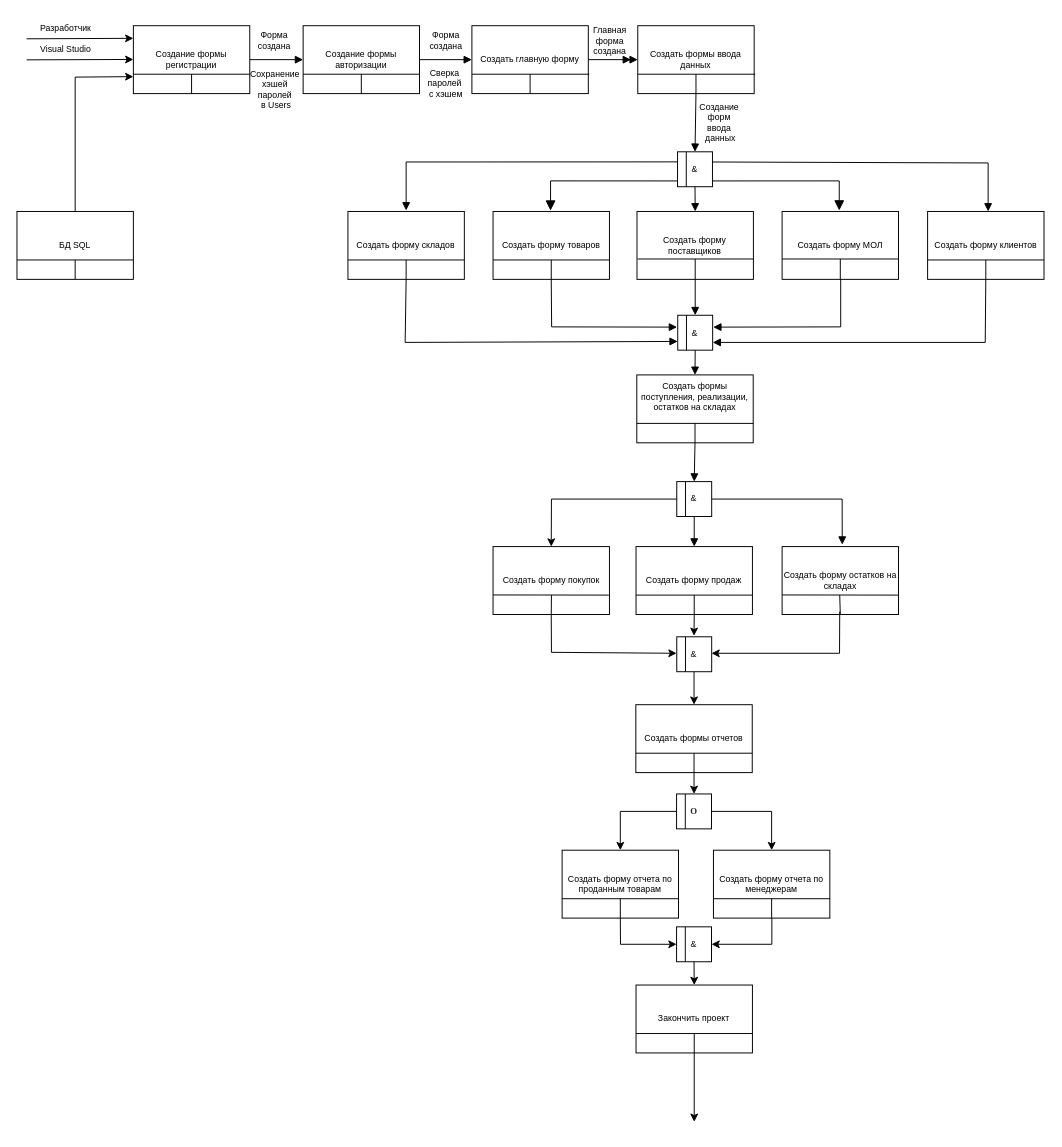
The draw.io diagram IDEF3.drawio in dallas-ak/MiSPIS, before the edit. Source tidied: cells renumbered, new cells numbered last; positions are measured from the earlier drawing's top-left corner, leaving out a move shared by most shapes. Both pictures are drawn from the tidied source at 97%, with x=0, y=0 at pixel (16, 16).
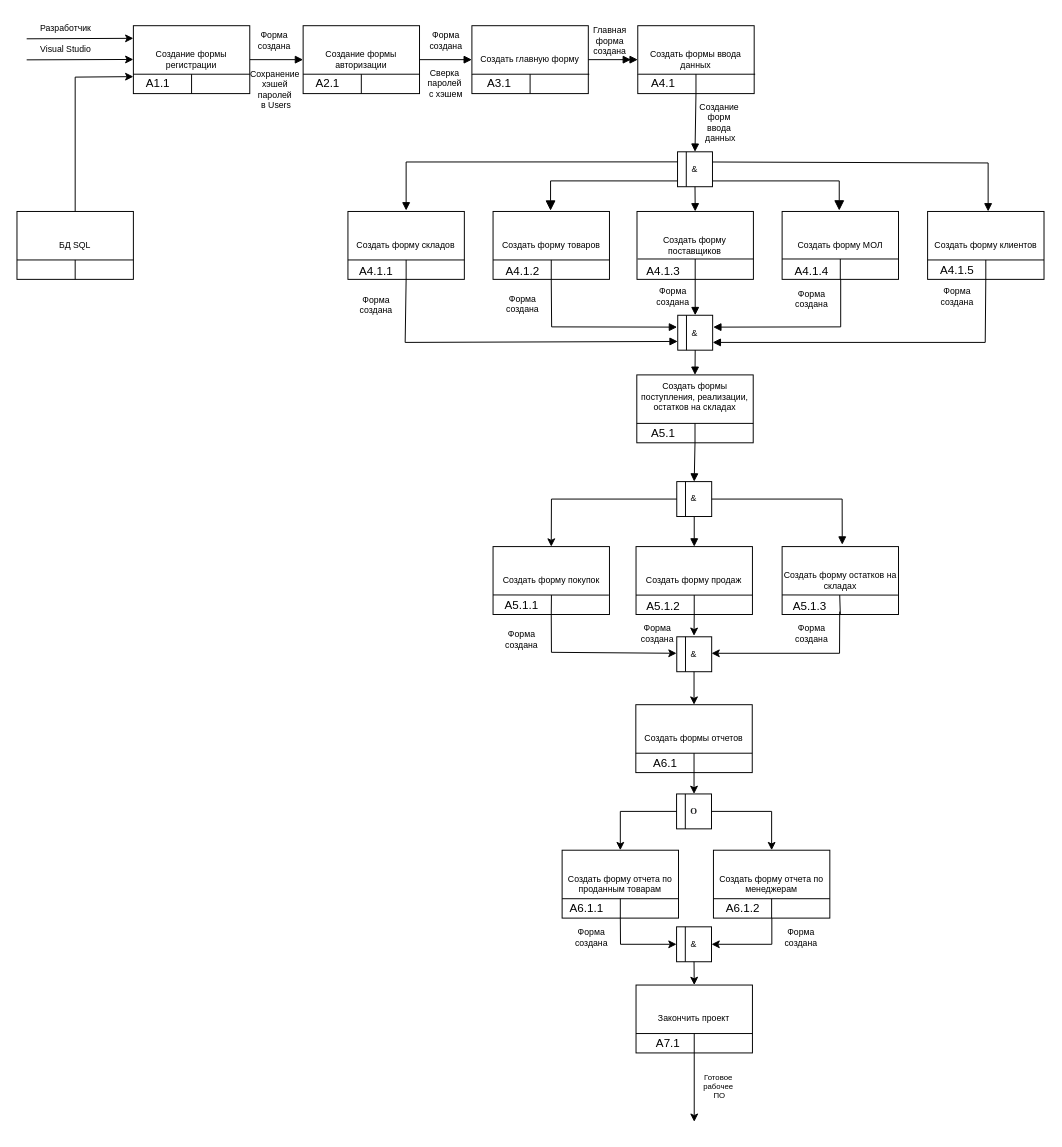
The same diagram, later.

The edit, as a diff of the source:
```diff
@@
+    <mxCell id="115" value="A2.1" style="text;html=1;align=center;verticalAlign=middle;strokeColor=none;fillColor=none;" parent="1" vertex="1">
+      <mxGeometry x="295" y="54" width="50" height="30" as="geometry" />
+    </mxCell>
+    <mxCell id="116" value="A3.1" style="text;html=1;align=center;verticalAlign=middle;strokeColor=none;fillColor=none;" parent="1" vertex="1">
+      <mxGeometry x="471.5" y="54" width="50" height="30" as="geometry" />
+    </mxCell>
+    <mxCell id="117" value="A4.1" style="text;html=1;align=center;verticalAlign=middle;strokeColor=none;fillColor=none;" parent="1" vertex="1">
+      <mxGeometry x="640.8" y="54" width="50" height="30" as="geometry" />
+    </mxCell>
+    <mxCell id="118" value="A4.1.1" style="text;html=1;align=center;verticalAlign=middle;strokeColor=none;fillColor=none;" parent="1" vertex="1">
+      <mxGeometry x="340.2" y="247" width="60" height="30" as="geometry" />
+    </mxCell>
+    <mxCell id="119" value="A4.1.2" style="text;html=1;align=center;verticalAlign=middle;strokeColor=none;fillColor=none;" parent="1" vertex="1">
+      <mxGeometry x="490.8" y="247" width="60" height="30" as="geometry" />
+    </mxCell>
+    <mxCell id="120" value="A4.1.3" style="text;html=1;align=center;verticalAlign=middle;strokeColor=none;fillColor=none;" parent="1" vertex="1">
+      <mxGeometry x="635.8" y="247" width="60" height="30" as="geometry" />
+    </mxCell>
+    <mxCell id="121" value="A4.1.4" style="text;html=1;align=center;verticalAlign=middle;strokeColor=none;fillColor=none;" parent="1" vertex="1">
+      <mxGeometry x="788.8" y="247" width="60" height="30" as="geometry" />
+    </mxCell>
+    <mxCell id="122" value="A4.1.5" style="text;html=1;align=center;verticalAlign=middle;strokeColor=none;fillColor=none;" parent="1" vertex="1">
+      <mxGeometry x="938.8" y="246" width="60" height="30" as="geometry" />
+    </mxCell>
+    <mxCell id="123" value="A1.1" style="text;html=1;align=center;verticalAlign=middle;strokeColor=none;fillColor=none;" parent="1" vertex="1">
+      <mxGeometry x="120" y="54" width="50" height="30" as="geometry" />
+    </mxCell>
+    <mxCell id="124" value="A5.1" style="text;html=1;align=center;verticalAlign=middle;strokeColor=none;fillColor=none;" parent="1" vertex="1">
+      <mxGeometry x="640.8" y="415" width="50" height="30" as="geometry" />
+    </mxCell>
+    <mxCell id="125" value="A5.1.1" style="text;html=1;align=center;verticalAlign=middle;strokeColor=none;fillColor=none;" parent="1" vertex="1">
+      <mxGeometry x="489.8" y="592" width="60" height="30" as="geometry" />
+    </mxCell>
+    <mxCell id="126" value="A5.1.2" style="text;html=1;align=center;verticalAlign=middle;strokeColor=none;fillColor=none;" parent="1" vertex="1">
+      <mxGeometry x="635.8" y="593" width="60" height="30" as="geometry" />
+    </mxCell>
+    <mxCell id="127" value="A5.1.3" style="text;html=1;align=center;verticalAlign=middle;strokeColor=none;fillColor=none;" parent="1" vertex="1">
+      <mxGeometry x="786.8" y="593" width="60" height="30" as="geometry" />
+    </mxCell>
+    <mxCell id="128" value="A6.1" style="text;html=1;align=center;verticalAlign=middle;strokeColor=none;fillColor=none;" parent="1" vertex="1">
+      <mxGeometry x="643" y="755" width="50" height="30" as="geometry" />
+    </mxCell>
+    <mxCell id="129" value="A6.1.1" style="text;html=1;align=center;verticalAlign=middle;strokeColor=none;fillColor=none;" parent="1" vertex="1">
+      <mxGeometry x="557" y="904" width="60" height="30" as="geometry" />
+    </mxCell>
+    <mxCell id="130" value="A6.1.2" style="text;html=1;align=center;verticalAlign=middle;strokeColor=none;fillColor=none;" parent="1" vertex="1">
+      <mxGeometry x="718" y="904" width="60" height="30" as="geometry" />
+    </mxCell>
+    <mxCell id="131" value="A7.1" style="text;html=1;align=center;verticalAlign=middle;strokeColor=none;fillColor=none;" parent="1" vertex="1">
+      <mxGeometry x="645.8" y="1043" width="50" height="30" as="geometry" />
+    </mxCell>
+    <mxCell id="132" value="Готовое&amp;nbsp;&lt;div style=&quot;font-size: 8px;&quot;&gt;рабочее&amp;nbsp;&lt;/div&gt;&lt;div style=&quot;font-size: 8px;&quot;&gt;ПО&lt;/div&gt;" style="text;html=1;align=center;verticalAlign=middle;strokeColor=none;fillColor=none;fontSize=8;" parent="1" vertex="1">
+      <mxGeometry x="694" y="1083" width="60" height="40" as="geometry" />
+    </mxCell>
+    <mxCell id="133" value="Форма&lt;div style=&quot;font-size: 9px;&quot;&gt;создана&lt;/div&gt;" style="text;html=1;align=center;verticalAlign=middle;strokeColor=none;fillColor=none;fontSize=9;" parent="1" vertex="1">
+      <mxGeometry x="340.2" y="277" width="60" height="40" as="geometry" />
+    </mxCell>
+    <mxCell id="134" value="Форма&lt;div style=&quot;font-size: 9px;&quot;&gt;создана&lt;/div&gt;" style="text;html=1;align=center;verticalAlign=middle;strokeColor=none;fillColor=none;fontSize=9;" parent="1" vertex="1">
+      <mxGeometry x="490.8" y="276" width="60" height="40" as="geometry" />
+    </mxCell>
+    <mxCell id="135" value="Форма&lt;div style=&quot;font-size: 9px;&quot;&gt;создана&lt;/div&gt;" style="text;html=1;align=center;verticalAlign=middle;strokeColor=none;fillColor=none;fontSize=9;" parent="1" vertex="1">
+      <mxGeometry x="645.8" y="267.5" width="60" height="40" as="geometry" />
+    </mxCell>
+    <mxCell id="136" value="Форма&lt;div style=&quot;font-size: 9px;&quot;&gt;создана&lt;/div&gt;" style="text;html=1;align=center;verticalAlign=middle;strokeColor=none;fillColor=none;fontSize=9;" parent="1" vertex="1">
+      <mxGeometry x="788.8" y="270.5" width="60" height="40" as="geometry" />
+    </mxCell>
+    <mxCell id="137" value="Форма&lt;div style=&quot;font-size: 9px;&quot;&gt;создана&lt;/div&gt;" style="text;html=1;align=center;verticalAlign=middle;strokeColor=none;fillColor=none;fontSize=9;" parent="1" vertex="1">
+      <mxGeometry x="938.8" y="267.5" width="60" height="40" as="geometry" />
+    </mxCell>
+    <mxCell id="138" value="Форма&lt;div style=&quot;font-size: 9px;&quot;&gt;создана&lt;/div&gt;" style="text;html=1;align=center;verticalAlign=middle;strokeColor=none;fillColor=none;fontSize=9;" parent="1" vertex="1">
+      <mxGeometry x="489.8" y="622" width="60" height="40" as="geometry" />
+    </mxCell>
+    <mxCell id="139" value="Форма&lt;div style=&quot;font-size: 9px;&quot;&gt;создана&lt;/div&gt;" style="text;html=1;align=center;verticalAlign=middle;strokeColor=none;fillColor=none;fontSize=9;" parent="1" vertex="1">
+      <mxGeometry x="630" y="616" width="60" height="40" as="geometry" />
+    </mxCell>
+    <mxCell id="140" value="Форма&lt;div style=&quot;font-size: 9px;&quot;&gt;создана&lt;/div&gt;" style="text;html=1;align=center;verticalAlign=middle;strokeColor=none;fillColor=none;fontSize=9;" parent="1" vertex="1">
+      <mxGeometry x="788.8" y="616" width="60" height="40" as="geometry" />
+    </mxCell>
+    <mxCell id="141" value="Форма&lt;div style=&quot;font-size: 9px;&quot;&gt;создана&lt;/div&gt;" style="text;html=1;align=center;verticalAlign=middle;strokeColor=none;fillColor=none;fontSize=9;" parent="1" vertex="1">
+      <mxGeometry x="562" y="929" width="60" height="40" as="geometry" />
+    </mxCell>
+    <mxCell id="142" value="Форма&lt;div style=&quot;font-size: 9px;&quot;&gt;создана&lt;/div&gt;" style="text;html=1;align=center;verticalAlign=middle;strokeColor=none;fillColor=none;fontSize=9;" parent="1" vertex="1">
+      <mxGeometry x="778" y="929" width="60" height="40" as="geometry" />
+    </mxCell>
```
